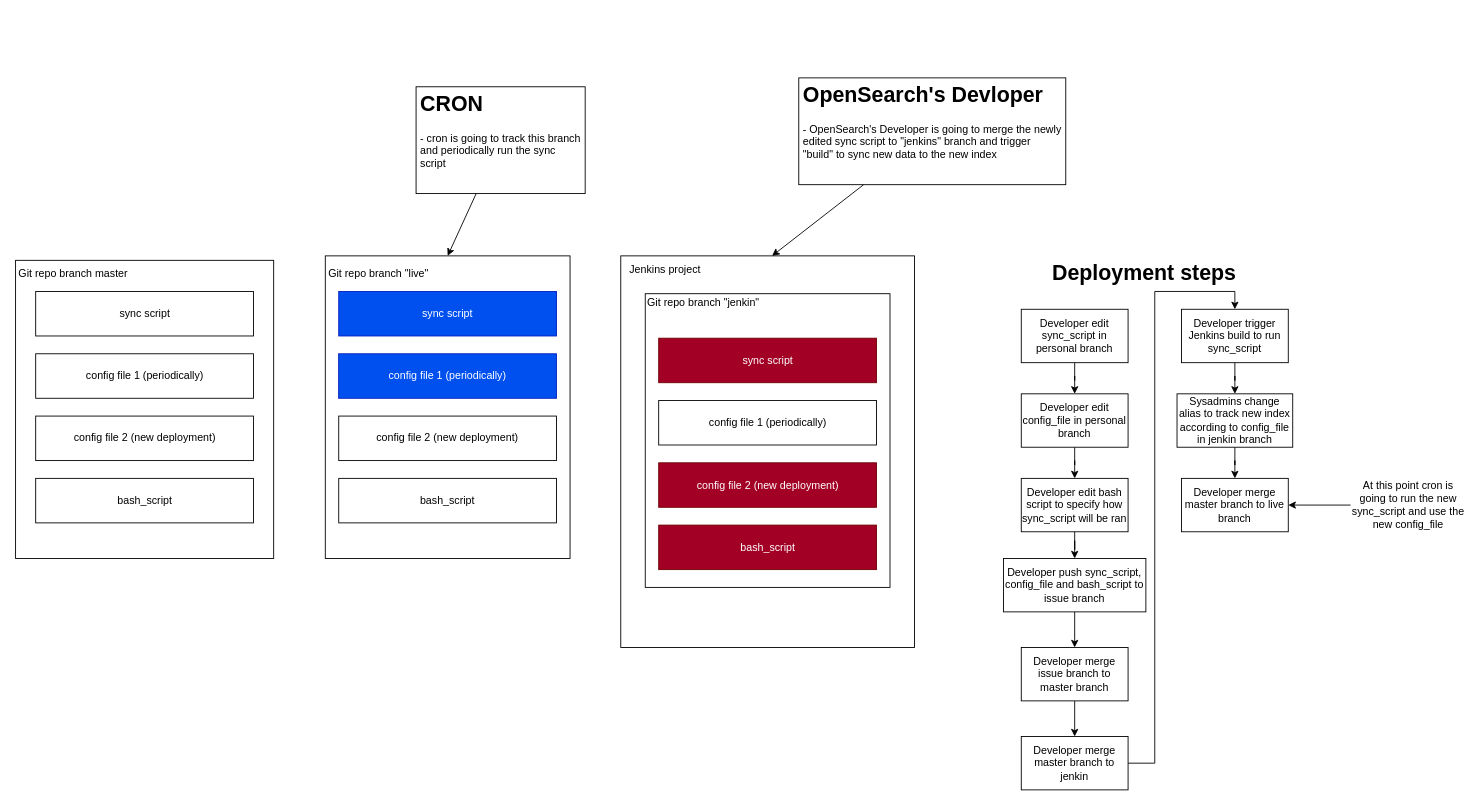
Before: system_architecture.drawio in happymix555/jenkins_tutorial, a draw.io diagram. Source tidied: cells renumbered, new cells numbered last; positions are measured from the earlier drawing's top-left corner, leaving out a move shared by most shapes. Both pictures are drawn from the tidied source at 89%, with x=0, y=0 at pixel (15, 77).
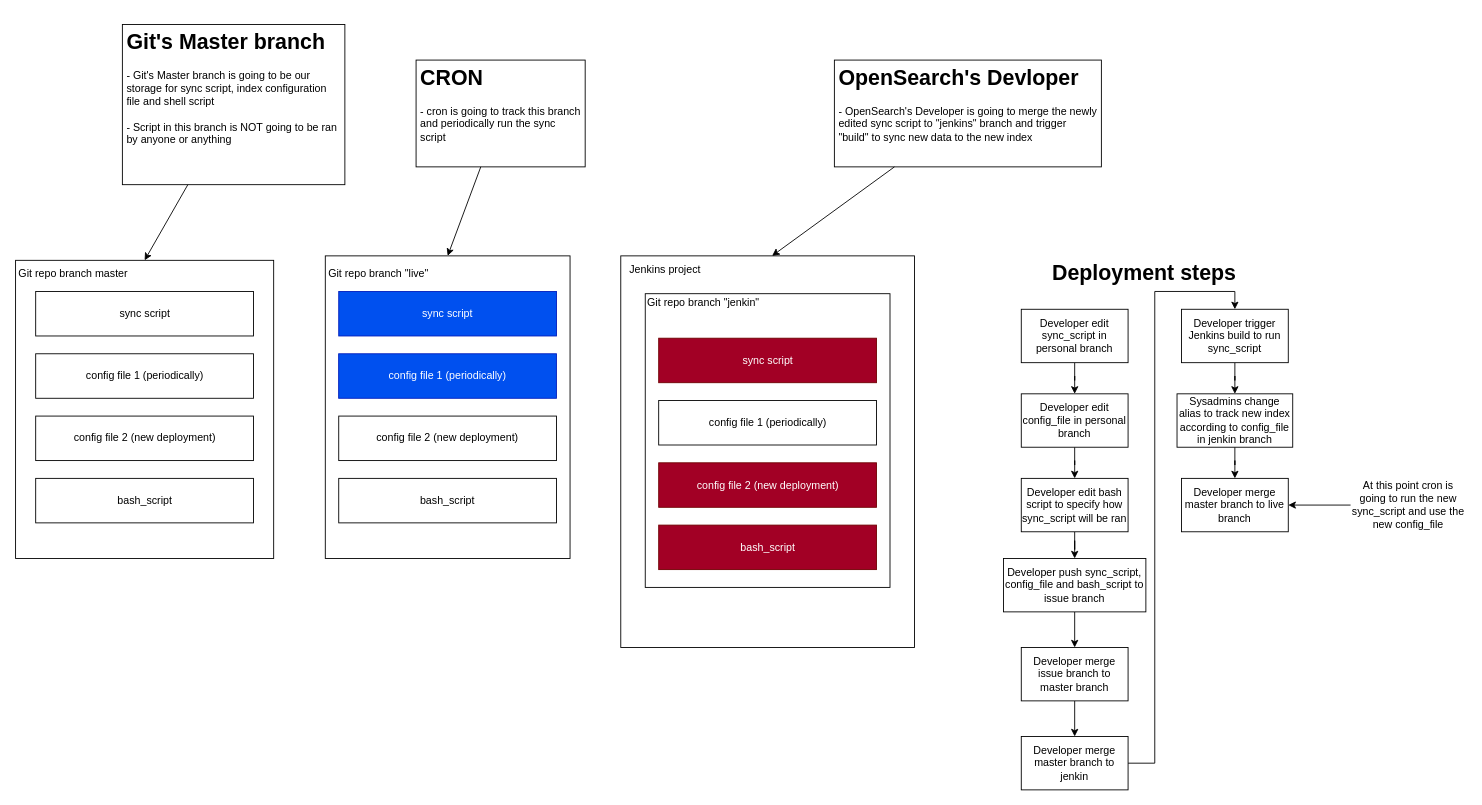
Above is the later version.

Commit message:
edit additional information in system architecture

The change refers to these unchanged cells:
```xml
<mxCell id="32" style="rounded=0;whiteSpace=wrap;html=1;" parent="1" vertex="1">
  <mxGeometry y="205" width="290" height="335" as="geometry" />
</mxCell>
```

Diff of the diagram source:
```diff
@@
     <mxCell id="45" value="&lt;h1&gt;CRON&lt;/h1&gt;&lt;div&gt;- cron is going to track this branch and periodically run the sync script&lt;/div&gt;" style="text;html=1;strokeColor=default;fillColor=none;spacing=5;spacingTop=-20;whiteSpace=wrap;overflow=hidden;rounded=0;" parent="1" vertex="1">
-      <mxGeometry x="450" y="10" width="190" height="120" as="geometry" />
+      <mxGeometry x="450" y="-20" width="190" height="120" as="geometry" />
     </mxCell>
@@
     <mxCell id="47" value="&lt;h1&gt;OpenSearch's Devloper&lt;/h1&gt;&lt;div&gt;- OpenSearch's Developer is going to merge the newly edited sync script to &quot;jenkins&quot; branch and trigger &quot;build&quot; to sync new data to the new index&lt;/div&gt;" style="text;html=1;strokeColor=default;fillColor=none;spacing=5;spacingTop=-20;whiteSpace=wrap;overflow=hidden;rounded=0;" parent="1" vertex="1">
-      <mxGeometry x="880" width="300" height="120" as="geometry" />
+      <mxGeometry x="920" y="-20" width="300" height="120" as="geometry" />
     </mxCell>
+    <mxCell id="48" style="edgeStyle=none;html=1;entryX=0.5;entryY=0;entryDx=0;entryDy=0;" parent="1" edge="1" source="49" target="32">
+      <mxGeometry relative="1" as="geometry" />
+    </mxCell>
+    <mxCell id="49" value="&lt;h1&gt;Git's Master branch&lt;/h1&gt;&lt;div&gt;- Git's Master branch is going to be our storage for sync script, index configuration file and shell script&lt;/div&gt;&lt;div&gt;&lt;br&gt;&lt;/div&gt;&lt;div&gt;- Script in this branch is NOT going to be ran by anyone or anything&lt;/div&gt;" style="text;html=1;strokeColor=default;fillColor=none;spacing=5;spacingTop=-20;whiteSpace=wrap;overflow=hidden;rounded=0;" parent="1" vertex="1">
+      <mxGeometry x="120" y="-60" width="250" height="180" as="geometry" />
+    </mxCell>
```
